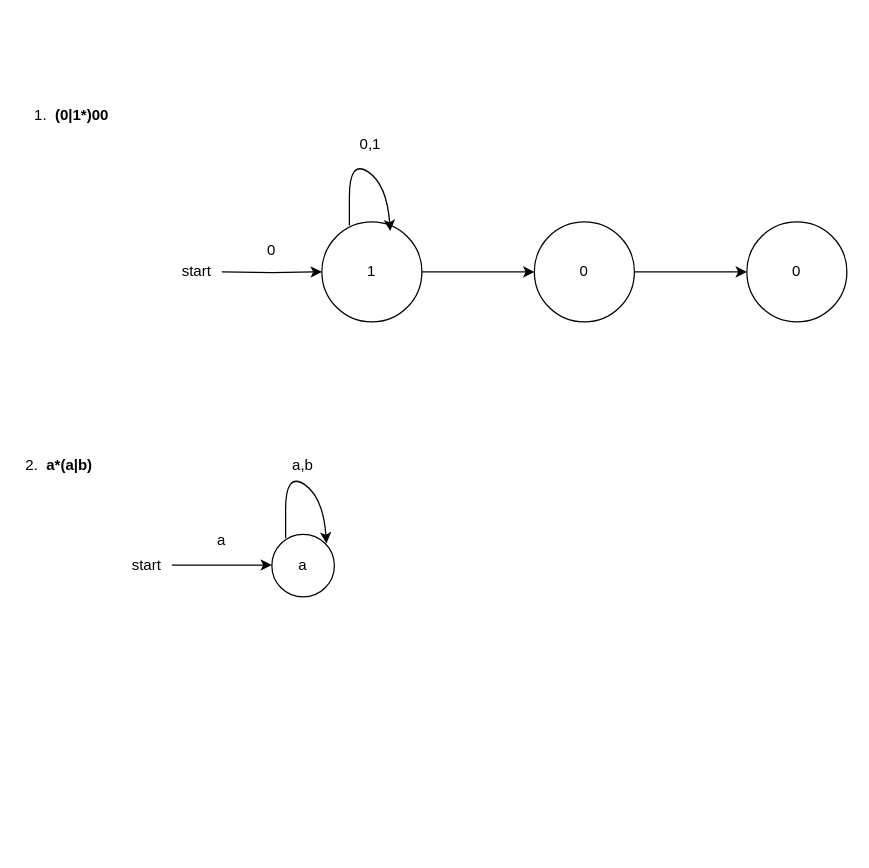
This is Compiler construction.drawio from Icey-Python/DIAGRAMS, a draw.io file, before an edit. Source tidied: cells renumbered, new cells numbered last; positions are measured from the earlier drawing's top-left corner, leaving out a move shared by most shapes. Both pictures are drawn from the tidied source at 125%, with x=0, y=0 at pixel (21, 96).
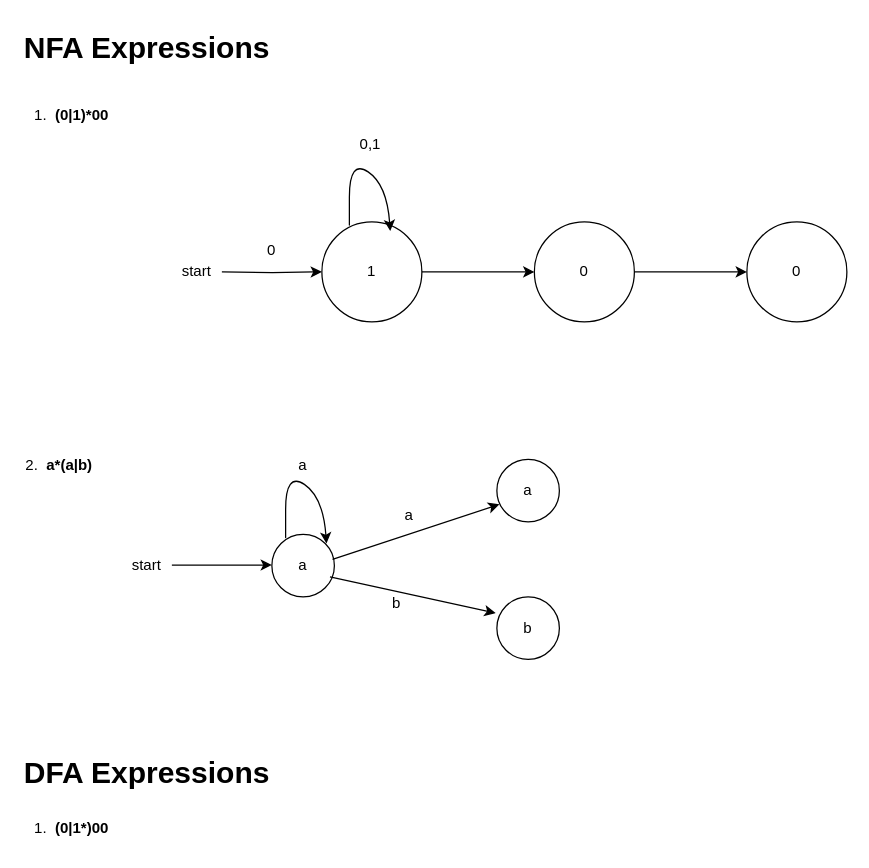
After the change.

Diff of the diagram source:
```diff
@@
-    <mxCell id="11" value="1.&amp;nbsp; &lt;b&gt;(0|1*)00&lt;/b&gt;" style="text;html=1;align=center;verticalAlign=middle;whiteSpace=wrap;rounded=0;" parent="1" vertex="1">
+    <mxCell id="11" value="1.&amp;nbsp; &lt;b&gt;(0|1)*00&lt;/b&gt;" style="text;html=1;align=center;verticalAlign=middle;whiteSpace=wrap;rounded=0;" parent="1" vertex="1">
       <mxGeometry width="80" height="30" as="geometry" />
     </mxCell>
@@
-    <mxCell id="15" value="a,b" style="text;html=1;align=center;verticalAlign=middle;whiteSpace=wrap;rounded=0;" parent="1" vertex="1">
+    <mxCell id="15" value="a" style="text;html=1;align=center;verticalAlign=middle;whiteSpace=wrap;rounded=0;" parent="1" vertex="1">
       <mxGeometry x="195" y="280" width="60" height="30" as="geometry" />
     </mxCell>
@@
+    <mxCell id="20" value="a" style="ellipse;whiteSpace=wrap;html=1;" parent="1" vertex="1">
+      <mxGeometry x="380" y="290" width="50" height="50" as="geometry" />
+    </mxCell>
+    <mxCell id="21" value="b" style="ellipse;whiteSpace=wrap;html=1;" parent="1" vertex="1">
+      <mxGeometry x="380" y="400" width="50" height="50" as="geometry" />
+    </mxCell>
+    <mxCell id="22" style="endArrow=classic;html=1;rounded=0;entryX=0.04;entryY=0.72;entryDx=0;entryDy=0;entryPerimeter=0;" parent="1" edge="1" target="20">
+      <mxGeometry relative="1" as="geometry">
+        <mxPoint x="248.5" y="370" as="sourcePoint" />
+      </mxGeometry>
+    </mxCell>
+    <mxCell id="23" style="endArrow=classic;html=1;rounded=0;entryX=-0.02;entryY=0.26;entryDx=0;entryDy=0;entryPerimeter=0;" parent="1" edge="1" target="21">
+      <mxGeometry relative="1" as="geometry">
+        <mxPoint x="246.5" y="384" as="sourcePoint" />
+      </mxGeometry>
+    </mxCell>
     <mxCell id="19" value="a" style="text;html=1;align=center;verticalAlign=middle;whiteSpace=wrap;rounded=0;" parent="1" vertex="1">
-      <mxGeometry x="130" y="340" width="60" height="30" as="geometry" />
+      <mxGeometry x="280" y="320" width="60" height="30" as="geometry" />
     </mxCell>
+    <mxCell id="24" value="b" style="text;html=1;align=center;verticalAlign=middle;whiteSpace=wrap;rounded=0;" parent="1" vertex="1">
+      <mxGeometry x="270" y="390" width="60" height="30" as="geometry" />
+    </mxCell>
+    <mxCell id="25" value="&lt;h1 style=&quot;margin-top: 0px;&quot;&gt;NFA Expressions&lt;/h1&gt;&lt;p&gt;&lt;br&gt;&lt;/p&gt;" style="text;html=1;whiteSpace=wrap;overflow=hidden;rounded=0;" parent="1" vertex="1">
+      <mxGeometry y="-60" width="220" height="40" as="geometry" />
+    </mxCell>
+    <mxCell id="26" value="&lt;h1 style=&quot;margin-top: 0px;&quot;&gt;DFA Expressions&lt;/h1&gt;&lt;p&gt;&lt;br&gt;&lt;/p&gt;" style="text;html=1;whiteSpace=wrap;overflow=hidden;rounded=0;" parent="1" vertex="1">
+      <mxGeometry y="520" width="220" height="40" as="geometry" />
+    </mxCell>
+    <mxCell id="27" value="1.&amp;nbsp; &lt;b&gt;(0|1*)00&lt;/b&gt;" style="text;html=1;align=center;verticalAlign=middle;whiteSpace=wrap;rounded=0;" parent="1" vertex="1">
+      <mxGeometry y="570" width="80" height="30" as="geometry" />
+    </mxCell>
```
